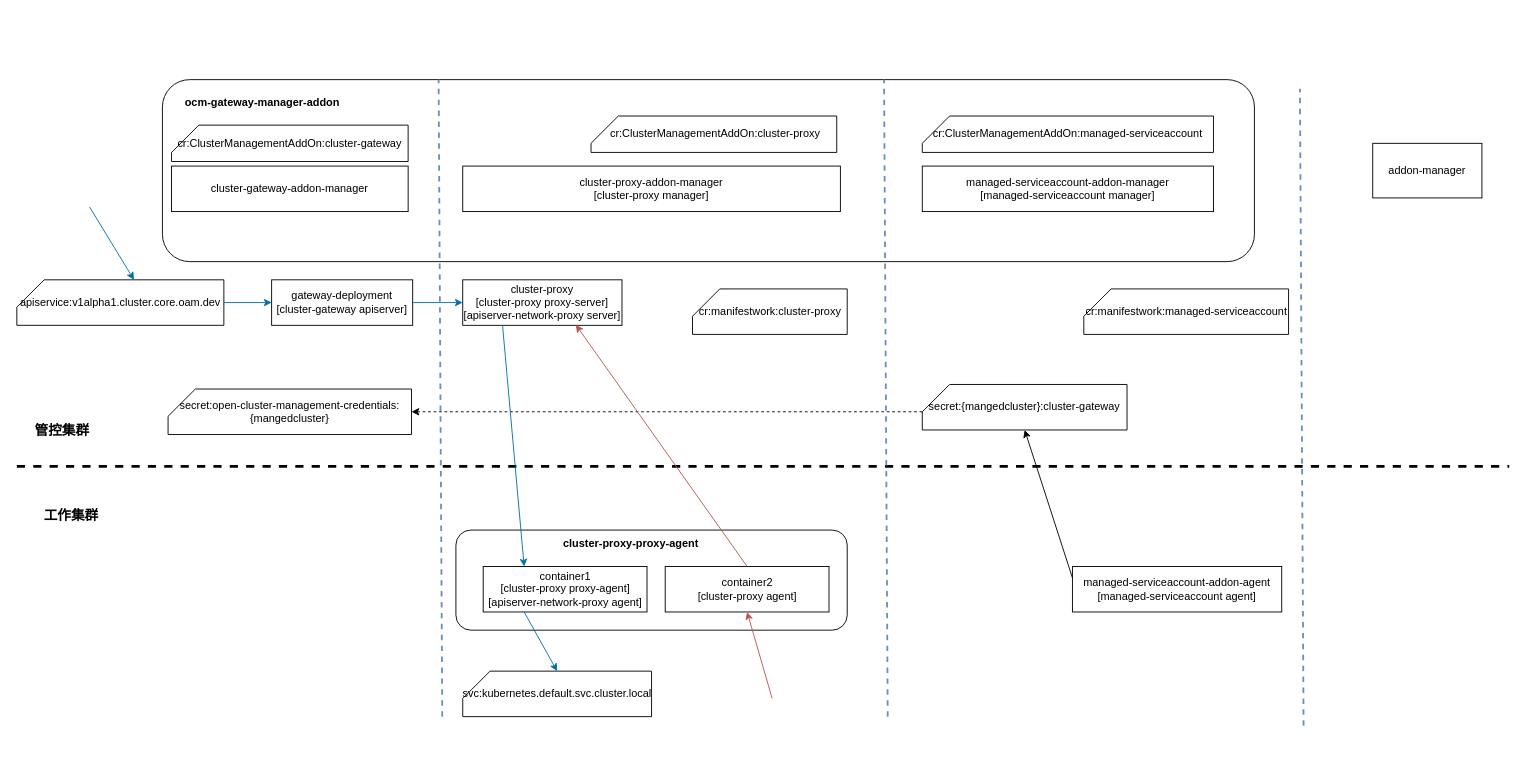
Above: page "ocm-gateway-manager-addon" (7 of 7) of drawio/ccseone迭代1.1.0.drawio in Tiny-VS-Lina/ccse (draw.io), before the change. Source tidied: cells renumbered, new cells numbered last; positions are measured from the earlier drawing's top-left corner, leaving out a move shared by most shapes. Both pictures are drawn from the tidied source at 91%, with x=0, y=0 at pixel (16, 79).
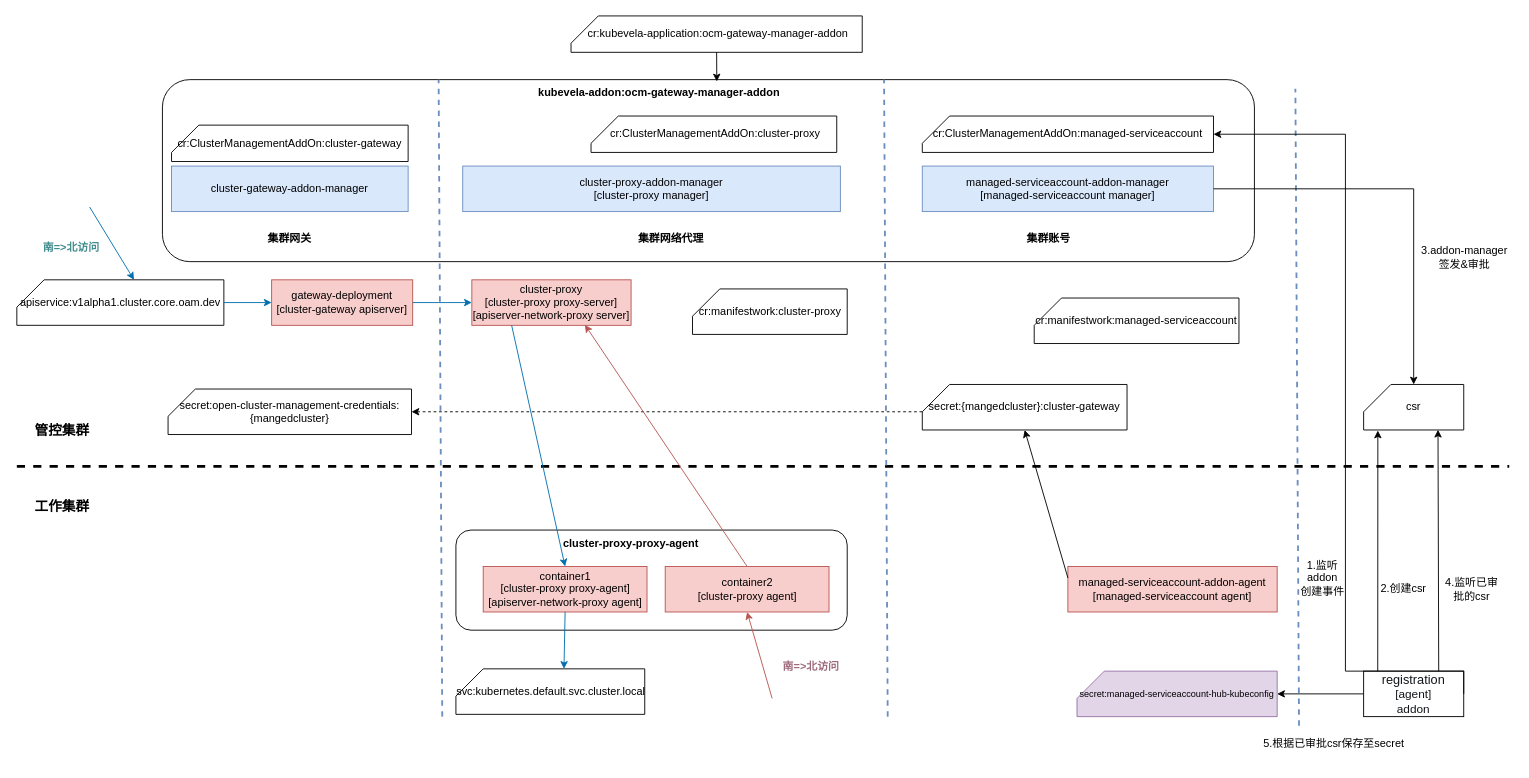
Above is the later version.

Unchanged cells that the change refers to:
```xml
<mxCell id="17" value="cr:ClusterManagementAddOn:managed-serviceaccount" style="shape=card;whiteSpace=wrap;html=1;align=center;" parent="1" vertex="1">
  <mxGeometry x="995" y="40" width="320" height="40" as="geometry" />
</mxCell>
```

Diff of the diagram source:
```diff
@@
-    <mxCell id="4" value="cluster-gateway-addon-manager" style="rounded=0;whiteSpace=wrap;html=1;" parent="1" vertex="1">
+    <mxCell id="4" value="cluster-gateway-addon-manager" style="rounded=0;whiteSpace=wrap;html=1;fillColor=#dae8fc;strokeColor=#6c8ebf;" parent="1" vertex="1">
       <mxGeometry x="170" y="95" width="260" height="50" as="geometry" />
     </mxCell>
-    <mxCell id="5" value="cluster-proxy-addon-manager&lt;div&gt;[cluster-proxy manager]&lt;/div&gt;" style="rounded=0;whiteSpace=wrap;html=1;" parent="1" vertex="1">
+    <mxCell id="5" value="cluster-proxy-addon-manager&lt;div&gt;[cluster-proxy manager]&lt;/div&gt;" style="rounded=0;whiteSpace=wrap;html=1;fillColor=#dae8fc;strokeColor=#6c8ebf;" parent="1" vertex="1">
       <mxGeometry x="490" y="95" width="415" height="50" as="geometry" />
     </mxCell>
-    <mxCell id="6" value="managed-serviceaccount-addon-manager&lt;div&gt;[managed-serviceaccount manager]&lt;br&gt;&lt;/div&gt;" style="rounded=0;whiteSpace=wrap;html=1;" parent="1" vertex="1">
+    <mxCell id="6" value="managed-serviceaccount-addon-manager&lt;div&gt;[managed-serviceaccount manager]&lt;br&gt;&lt;/div&gt;" style="rounded=0;whiteSpace=wrap;html=1;fillColor=#dae8fc;strokeColor=#6c8ebf;" parent="1" vertex="1">
       <mxGeometry x="995" y="95" width="320" height="50" as="geometry" />
     </mxCell>
-    <mxCell id="7" value="&lt;b&gt;ocm-gateway-manager-addon&lt;/b&gt;" style="text;html=1;align=center;verticalAlign=middle;whiteSpace=wrap;rounded=0;" parent="1" vertex="1">
-      <mxGeometry x="180" y="10" width="180" height="30" as="geometry" />
+    <mxCell id="7" value="&lt;b&gt;kubevela-addon:ocm-gateway-manager-addon&lt;/b&gt;" style="text;html=1;align=center;verticalAlign=middle;whiteSpace=wrap;rounded=0;" parent="1" vertex="1">
+      <mxGeometry x="511" width="390" height="30" as="geometry" />
     </mxCell>
-    <mxCell id="8" value="gateway-deployment&lt;div&gt;[cluster-gateway apiserver]&lt;/div&gt;" style="rounded=0;whiteSpace=wrap;html=1;" parent="1" vertex="1">
+    <mxCell id="8" value="gateway-deployment&lt;div&gt;[cluster-gateway apiserver]&lt;/div&gt;" style="rounded=0;whiteSpace=wrap;html=1;fillColor=#f8cecc;strokeColor=#b85450;" parent="1" vertex="1">
       <mxGeometry x="280" y="220" width="155" height="50" as="geometry" />
     </mxCell>
-    <mxCell id="9" value="cluster-proxy&lt;br&gt;&lt;div&gt;&lt;span style=&quot;background-color: initial;&quot;&gt;[cluster-proxy&amp;nbsp;&lt;/span&gt;proxy-server]&lt;/div&gt;&lt;div&gt;[apiserver-network-proxy server]&lt;br&gt;&lt;/div&gt;" style="rounded=0;whiteSpace=wrap;html=1;" parent="1" vertex="1">
-      <mxGeometry x="490" y="220" width="175" height="50" as="geometry" />
+    <mxCell id="9" value="cluster-proxy&lt;br&gt;&lt;div&gt;&lt;span style=&quot;background-color: initial;&quot;&gt;[cluster-proxy&amp;nbsp;&lt;/span&gt;proxy-server]&lt;/div&gt;&lt;div&gt;[apiserver-network-proxy server]&lt;br&gt;&lt;/div&gt;" style="rounded=0;whiteSpace=wrap;html=1;fillColor=#f8cecc;strokeColor=#b85450;" parent="1" vertex="1">
+      <mxGeometry x="500" y="220" width="175" height="50" as="geometry" />
     </mxCell>
-    <mxCell id="10" value="container1&lt;br&gt;&lt;div&gt;&lt;span style=&quot;background-color: initial;&quot;&gt;[cluster-proxy&amp;nbsp;&lt;/span&gt;proxy-agent&lt;span style=&quot;background-color: initial;&quot;&gt;]&lt;/span&gt;&lt;/div&gt;&lt;div&gt;[apiserver-network-proxy agent]&lt;span style=&quot;background-color: initial;&quot;&gt;&lt;br&gt;&lt;/span&gt;&lt;/div&gt;" style="rounded=0;whiteSpace=wrap;html=1;" parent="1" vertex="1">
+    <mxCell id="10" value="container1&lt;br&gt;&lt;div&gt;&lt;span style=&quot;background-color: initial;&quot;&gt;[cluster-proxy&amp;nbsp;&lt;/span&gt;proxy-agent&lt;span style=&quot;background-color: initial;&quot;&gt;]&lt;/span&gt;&lt;/div&gt;&lt;div&gt;[apiserver-network-proxy agent]&lt;span style=&quot;background-color: initial;&quot;&gt;&lt;br&gt;&lt;/span&gt;&lt;/div&gt;" style="rounded=0;whiteSpace=wrap;html=1;fillColor=#f8cecc;strokeColor=#b85450;" parent="1" vertex="1">
       <mxGeometry x="512.5" y="535" width="180" height="50" as="geometry" />
     </mxCell>
-    <mxCell id="11" value="container2&lt;br&gt;&lt;div&gt;&lt;span style=&quot;background-color: initial;&quot;&gt;[cluster-proxy&amp;nbsp;&lt;/span&gt;agent]&lt;/div&gt;" style="rounded=0;whiteSpace=wrap;html=1;" parent="1" vertex="1">
+    <mxCell id="11" value="container2&lt;br&gt;&lt;div&gt;&lt;span style=&quot;background-color: initial;&quot;&gt;[cluster-proxy&amp;nbsp;&lt;/span&gt;agent]&lt;/div&gt;" style="rounded=0;whiteSpace=wrap;html=1;fillColor=#f8cecc;strokeColor=#b85450;" parent="1" vertex="1">
       <mxGeometry x="712.5" y="535" width="180" height="50" as="geometry" />
     </mxCell>
@@
-    <mxCell id="13" value="managed-serviceaccount-addon-agent&lt;div&gt;[managed-serviceaccount agent]&lt;/div&gt;" style="rounded=0;whiteSpace=wrap;html=1;" parent="1" vertex="1">
-      <mxGeometry x="1160" y="535" width="230" height="50" as="geometry" />
+    <mxCell id="13" value="managed-serviceaccount-addon-agent&lt;div&gt;[managed-serviceaccount agent]&lt;/div&gt;" style="rounded=0;whiteSpace=wrap;html=1;fillColor=#f8cecc;strokeColor=#b85450;" parent="1" vertex="1">
+      <mxGeometry x="1155" y="535" width="230" height="50" as="geometry" />
     </mxCell>
@@
     <mxCell id="15" value="cr:&lt;span&gt;manifestwork:managed-serviceaccount&lt;/span&gt;" style="shape=card;whiteSpace=wrap;html=1;align=center;" parent="1" vertex="1">
-      <mxGeometry x="1172.5" y="230" width="225" height="50" as="geometry" />
+      <mxGeometry x="1118" y="240" width="225" height="50" as="geometry" />
     </mxCell>
@@
-    <mxCell id="30" style="endArrow=classic;html=1;rounded=0;exitX=0.25;exitY=1;exitDx=0;exitDy=0;entryX=0.25;entryY=0;entryDx=0;entryDy=0;fillColor=#1ba1e2;strokeColor=#006EAF;" parent="1" edge="1" source="9" target="10">
+    <mxCell id="30" style="endArrow=classic;html=1;rounded=0;exitX=0.25;exitY=1;exitDx=0;exitDy=0;entryX=0.5;entryY=0;entryDx=0;entryDy=0;fillColor=#1ba1e2;strokeColor=#006EAF;" parent="1" edge="1" source="9" target="10">
       <mxGeometry relative="1" as="geometry" />
     </mxCell>
@@
     <mxCell id="33" value="svc:kubernetes.default.svc.cluster.local" style="shape=card;whiteSpace=wrap;html=1;align=center;" parent="1" vertex="1">
-      <mxGeometry x="490" y="650" width="207.5" height="50" as="geometry" />
+      <mxGeometry x="482.5" y="647.5" width="207.5" height="50" as="geometry" />
     </mxCell>
-    <mxCell id="34" style="endArrow=classic;html=1;rounded=0;exitX=0.25;exitY=1;exitDx=0;exitDy=0;entryX=0.5;entryY=0;entryDx=0;entryDy=0;entryPerimeter=0;fillColor=#1ba1e2;strokeColor=#006EAF;" parent="1" edge="1" source="10" target="33">
+    <mxCell id="34" style="endArrow=classic;html=1;rounded=0;exitX=0.5;exitY=1;exitDx=0;exitDy=0;entryX=0;entryY=0;entryDx=118.75;entryDy=0;entryPerimeter=0;fillColor=#1ba1e2;strokeColor=#006EAF;" parent="1" edge="1" source="10" target="33">
       <mxGeometry relative="1" as="geometry" />
     </mxCell>
     <mxCell id="35" value="&lt;b style=&quot;font-size: 15px;&quot;&gt;工作集群&lt;/b&gt;" style="text;html=1;align=center;verticalAlign=middle;whiteSpace=wrap;rounded=0;fontSize=15;" parent="1" vertex="1">
-      <mxGeometry x="10" y="460" width="100" height="35" as="geometry" />
+      <mxGeometry y="450" width="100" height="35" as="geometry" />
     </mxCell>
@@
     <mxCell id="37" style="endArrow=none;html=1;rounded=0;strokeWidth=2;dashed=1;fillColor=#dae8fc;strokeColor=#6c8ebf;" parent="1" edge="1">
       <mxGeometry relative="1" as="geometry">
-        <mxPoint x="1414" y="710" as="sourcePoint" />
-        <mxPoint x="1410" y="10" as="targetPoint" />
+        <mxPoint x="1409" y="710" as="sourcePoint" />
+        <mxPoint x="1405" y="10" as="targetPoint" />
       </mxGeometry>
     </mxCell>
-    <mxCell id="38" value="addon-manager" style="rounded=0;whiteSpace=wrap;html=1;" parent="1" vertex="1">
-      <mxGeometry x="1490" y="70" width="120" height="60" as="geometry" />
-    </mxCell>
+    <mxCell id="39" value="&lt;div&gt;&lt;span style=&quot;color: rgb(19, 22, 26); font-family: Arial, &amp;quot;Segoe UI&amp;quot;, Helvetica, sans-serif; font-size: 14px; text-align: start; text-wrap: nowrap;&quot;&gt;registration&lt;/span&gt;&lt;span style=&quot;color: rgb(19, 22, 26); font-family: Arial, &amp;quot;Segoe UI&amp;quot;, Helvetica, sans-serif; font-size: 13px; text-align: start; text-wrap: nowrap; background-color: rgb(255, 255, 255);&quot;&gt;&lt;br&gt;&lt;/span&gt;&lt;/div&gt;&lt;span style=&quot;color: rgb(19, 22, 26); font-family: Arial, &amp;quot;Segoe UI&amp;quot;, Helvetica, sans-serif; font-size: 13px; text-align: start; text-wrap: nowrap; background-color: rgb(255, 255, 255);&quot;&gt;[agent]&lt;/span&gt;&lt;div&gt;&lt;span style=&quot;color: rgb(19, 22, 26); font-family: Arial, &amp;quot;Segoe UI&amp;quot;, Helvetica, sans-serif; font-size: 13px; text-align: start; text-wrap: nowrap; background-color: rgb(255, 255, 255);&quot;&gt;addon&lt;/span&gt;&lt;/div&gt;" style="rounded=0;whiteSpace=wrap;html=1;" parent="1" vertex="1">
+      <mxGeometry x="1480" y="650" width="110" height="50" as="geometry" />
+    </mxCell>
+    <mxCell id="40" value="csr" style="shape=card;whiteSpace=wrap;html=1;" parent="1" vertex="1">
+      <mxGeometry x="1480" y="335" width="110" height="50" as="geometry" />
+    </mxCell>
+    <mxCell id="41" style="endArrow=classic;html=1;rounded=0;entryX=0.743;entryY=0.995;entryDx=0;entryDy=0;entryPerimeter=0;exitX=0.75;exitY=0;exitDx=0;exitDy=0;" parent="1" edge="1" source="39" target="40">
+      <mxGeometry relative="1" as="geometry" />
+    </mxCell>
+    <mxCell id="42" value="&lt;div style=&quot;&quot;&gt;&lt;span style=&quot;font-size: 10px; background-color: initial;&quot;&gt;secret:&lt;/span&gt;&lt;span style=&quot;background-color: initial;&quot;&gt;managed-serviceaccount-hub-kubeconfig&lt;/span&gt;&lt;br&gt;&lt;/div&gt;&lt;div style=&quot;font-size: 10px;&quot;&gt;&lt;/div&gt;&lt;div style=&quot;font-size: 10px;&quot;&gt;&lt;/div&gt;" style="shape=card;whiteSpace=wrap;html=1;fontSize=10;fillColor=#e1d5e7;strokeColor=#9673a6;" parent="1" vertex="1">
+      <mxGeometry x="1165" y="650" width="220" height="50" as="geometry" />
+    </mxCell>
+    <mxCell id="43" style="endArrow=classic;html=1;rounded=0;entryX=1;entryY=0.5;entryDx=0;entryDy=0;entryPerimeter=0;exitX=0;exitY=0.5;exitDx=0;exitDy=0;" parent="1" edge="1" source="39" target="42">
+      <mxGeometry relative="1" as="geometry" />
+    </mxCell>
+    <mxCell id="44" value="&lt;b&gt;集群网关&lt;/b&gt;" style="text;html=1;align=center;verticalAlign=middle;whiteSpace=wrap;rounded=0;" parent="1" vertex="1">
+      <mxGeometry x="270" y="160" width="60" height="30" as="geometry" />
+    </mxCell>
+    <mxCell id="45" value="&lt;b&gt;集群网络代理&lt;/b&gt;" style="text;html=1;align=center;verticalAlign=middle;whiteSpace=wrap;rounded=0;" parent="1" vertex="1">
+      <mxGeometry x="675" y="160" width="87.5" height="30" as="geometry" />
+    </mxCell>
+    <mxCell id="46" value="&lt;b&gt;集群账号&lt;/b&gt;" style="text;html=1;align=center;verticalAlign=middle;whiteSpace=wrap;rounded=0;" parent="1" vertex="1">
+      <mxGeometry x="1090" y="160" width="87.5" height="30" as="geometry" />
+    </mxCell>
+    <mxCell id="47" value="3.addon-manager&lt;div&gt;签发&amp;amp;审批&lt;/div&gt;" style="text;html=1;align=center;verticalAlign=middle;whiteSpace=wrap;rounded=0;" parent="1" vertex="1">
+      <mxGeometry x="1538" y="180" width="106" height="30" as="geometry" />
+    </mxCell>
+    <mxCell id="48" value="4.监听已审批的csr" style="text;html=1;align=center;verticalAlign=middle;whiteSpace=wrap;rounded=0;" parent="1" vertex="1">
+      <mxGeometry x="1568" y="537.5" width="62" height="45" as="geometry" />
+    </mxCell>
+    <mxCell id="49" value="南=&amp;gt;北访问" style="text;html=1;align=center;verticalAlign=middle;whiteSpace=wrap;rounded=0;fontColor=#408c8c;fontStyle=1;" parent="1" vertex="1">
+      <mxGeometry x="20" y="170" width="80" height="30" as="geometry" />
+    </mxCell>
+    <mxCell id="50" value="南=&amp;gt;北访问" style="text;html=1;align=center;verticalAlign=middle;whiteSpace=wrap;rounded=0;fontColor=#9e6b7d;fontStyle=1;" parent="1" vertex="1">
+      <mxGeometry x="832.5" y="630" width="80" height="30" as="geometry" />
+    </mxCell>
+    <mxCell id="51" value="&amp;nbsp;cr:kubevela-application:ocm-gateway-manager-addon" style="shape=card;whiteSpace=wrap;html=1;align=center;" parent="1" vertex="1">
+      <mxGeometry x="609" y="-70" width="320" height="40" as="geometry" />
+    </mxCell>
+    <mxCell id="52" style="endArrow=classic;html=1;rounded=0;exitX=0.5;exitY=1;exitDx=0;exitDy=0;exitPerimeter=0;entryX=0.662;entryY=0.067;entryDx=0;entryDy=0;entryPerimeter=0;" parent="1" edge="1" source="51" target="7">
+      <mxGeometry relative="1" as="geometry" />
+    </mxCell>
+    <mxCell id="53" style="endArrow=classic;html=1;rounded=0;exitX=0.25;exitY=0;exitDx=0;exitDy=0;entryX=0.142;entryY=1.012;entryDx=0;entryDy=0;entryPerimeter=0;" parent="1" edge="1" target="40">
+      <mxGeometry relative="1" as="geometry">
+        <mxPoint x="1495.5" y="650" as="sourcePoint" />
+      </mxGeometry>
+    </mxCell>
+    <mxCell id="54" style="endArrow=classic;html=1;rounded=0;entryX=1;entryY=0.5;entryDx=0;entryDy=0;entryPerimeter=0;exitX=1;exitY=0.5;exitDx=0;exitDy=0;edgeStyle=orthogonalEdgeStyle;" parent="1" edge="1" source="39" target="17">
+      <mxGeometry relative="1" as="geometry">
+        <Array as="points">
+          <mxPoint x="1590" y="650" />
+          <mxPoint x="1460" y="650" />
+          <mxPoint x="1460" y="60" />
+        </Array>
+      </mxGeometry>
+    </mxCell>
+    <mxCell id="55" value="2.创建csr" style="text;html=1;align=center;verticalAlign=middle;whiteSpace=wrap;rounded=0;" parent="1" vertex="1">
+      <mxGeometry x="1498" y="522.5" width="52" height="75" as="geometry" />
+    </mxCell>
+    <mxCell id="56" style="endArrow=classic;html=1;rounded=0;exitX=1;exitY=0.5;exitDx=0;exitDy=0;entryX=0.5;entryY=0;entryDx=0;entryDy=0;entryPerimeter=0;edgeStyle=orthogonalEdgeStyle;" parent="1" edge="1" source="6" target="40">
+      <mxGeometry relative="1" as="geometry" />
+    </mxCell>
+    <mxCell id="57" value="5.根据已审批csr保存至secret" style="text;html=1;align=center;verticalAlign=middle;whiteSpace=wrap;rounded=0;" parent="1" vertex="1">
+      <mxGeometry x="1360" y="710" width="175" height="40" as="geometry" />
+    </mxCell>
+    <mxCell id="58" value="1.监听addon 创建事件" style="text;html=1;align=center;verticalAlign=middle;whiteSpace=wrap;rounded=0;" parent="1" vertex="1">
+      <mxGeometry x="1410" y="510" width="50" height="75" as="geometry" />
+    </mxCell>
```
